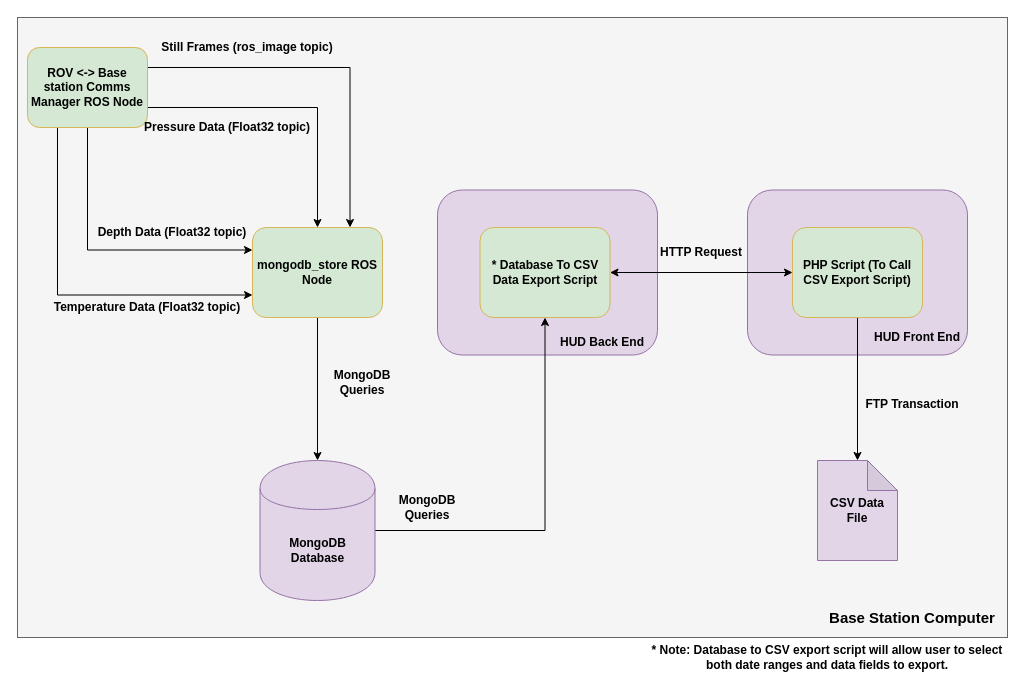
sherrardTr4129/RIT-MSD-Finger-Lakes-ROV keeps this draw.io diagram as docs/architecture/DataArchival.drawio. Above is the earlier version. Source tidied: cells renumbered, new cells numbered last; positions are measured from the earlier drawing's top-left corner, leaving out a move shared by most shapes. Both pictures are drawn from the tidied source at 100%, with x=0, y=0 at pixel (17, 17).
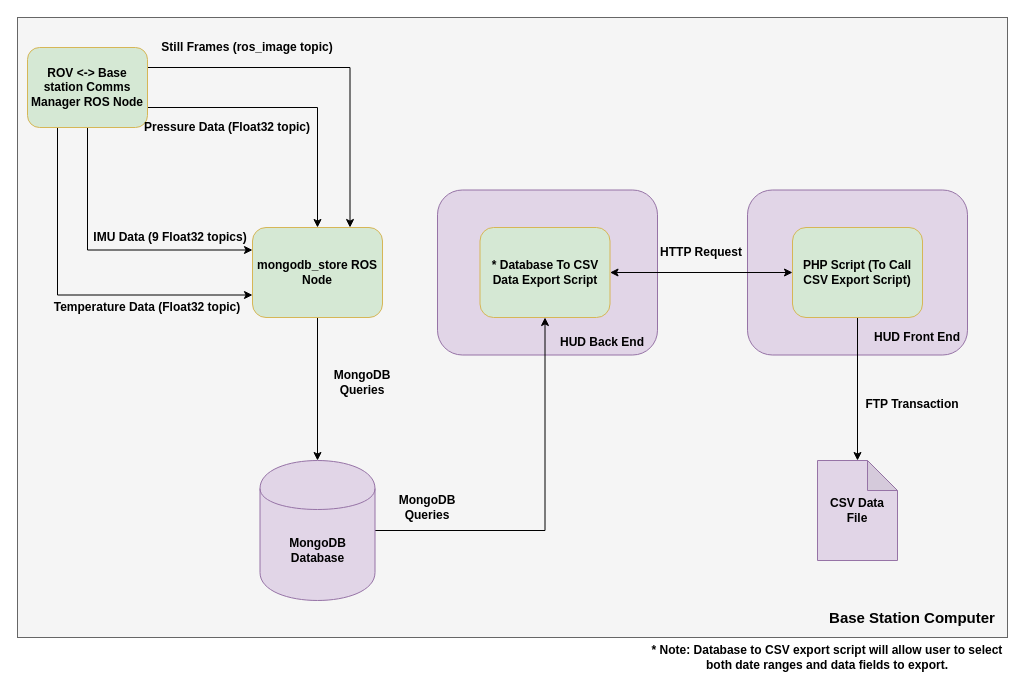
The same diagram, later.

The edit, as a diff of the source:
```diff
@@
-    <mxCell id="21" value="Depth Data (Float32 topic)" style="text;html=1;strokeColor=none;fillColor=none;align=center;verticalAlign=middle;whiteSpace=wrap;rounded=0;fontSize=12;fontStyle=1;" parent="1" vertex="1">
-      <mxGeometry x="75" y="205" width="160" height="20" as="geometry" />
-    </mxCell>
@@
+    <mxCell id="31" value="IMU Data (9 Float32 topics)" style="text;html=1;strokeColor=none;fillColor=none;align=center;verticalAlign=middle;whiteSpace=wrap;rounded=0;fontSize=12;fontStyle=1;" parent="1" vertex="1">
+      <mxGeometry x="62.5" y="210" width="180" height="20" as="geometry" />
+    </mxCell>
```
